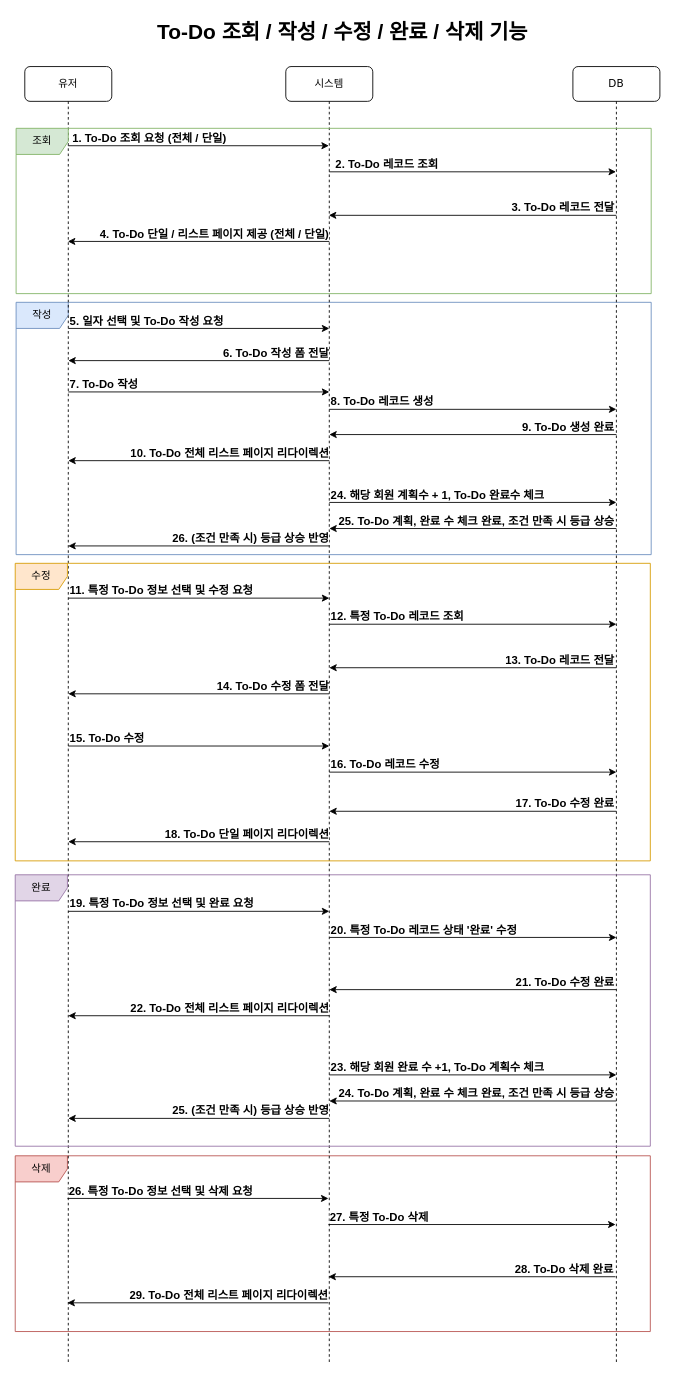
mrcocoball/To-Dolist keeps this draw.io diagram as documents/sequence-diagram-todo.drawio. Above is the earlier version. Source tidied: cells renumbered, new cells numbered last; positions are measured from the earlier drawing's top-left corner, leaving out a move shared by most shapes. Both pictures are drawn from the tidied source at 87%, with x=0, y=0 at pixel (15, 15).
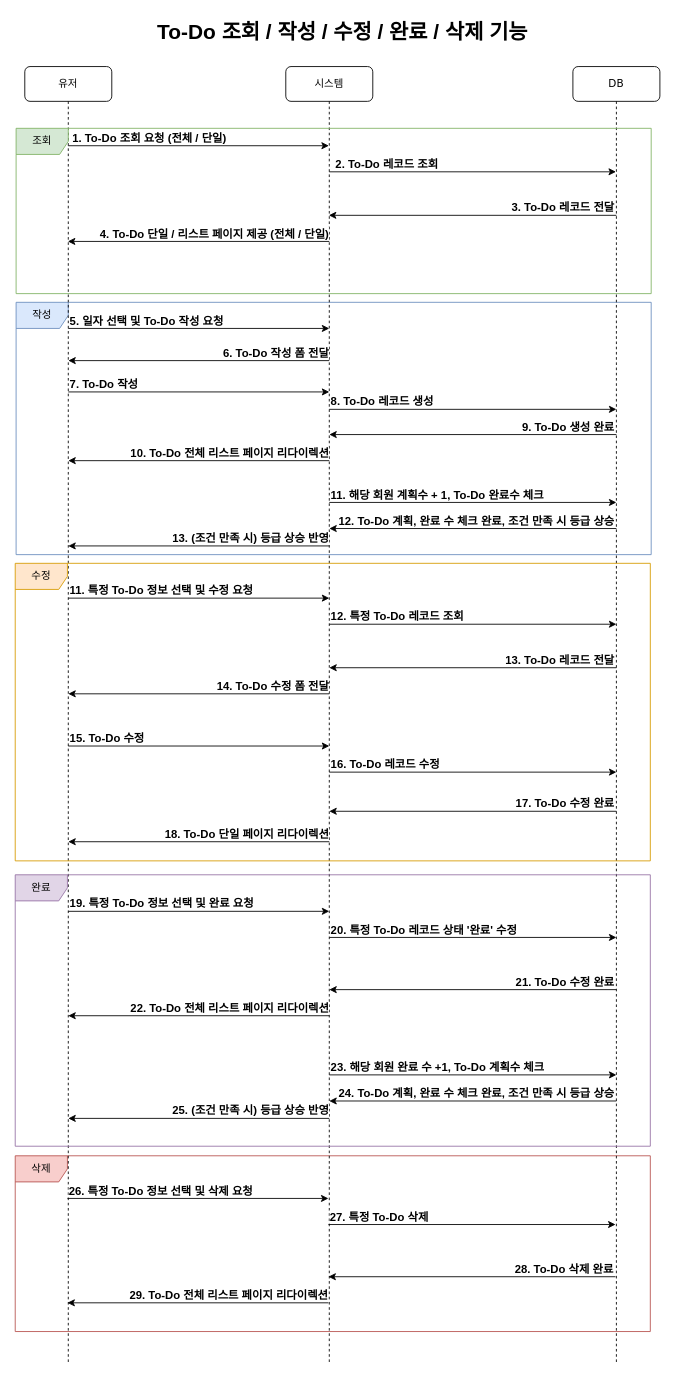
The same page after the edit.

Commit message:
#42 - sequence-diagram-todo 수정

What changed in the source:
```diff
@@
-    <mxCell id="70" value="24. 해당 회원 계획수 + 1, To-Do 완료수 체크" style="edgeLabel;html=1;align=left;verticalAlign=middle;fontSize=13;fontStyle=1;" parent="1" vertex="1">
+    <mxCell id="70" value="11. 해당 회원 계획수 + 1, To-Do 완료수 체크" style="edgeLabel;html=1;align=left;verticalAlign=middle;fontSize=13;fontStyle=1;" parent="1" vertex="1">
       <mxGeometry x="361" y="550" as="geometry" />
     </mxCell>
@@
-    <mxCell id="72" value="25. To-Do 계획, 완료 수 체크 완료, 조건 만족 시 등급 상승" style="edgeLabel;html=1;align=right;verticalAlign=middle;fontSize=13;fontStyle=1;" parent="1" vertex="1">
+    <mxCell id="72" value="12. To-Do 계획, 완료 수 체크 완료, 조건 만족 시 등급 상승" style="edgeLabel;html=1;align=right;verticalAlign=middle;fontSize=13;fontStyle=1;" parent="1" vertex="1">
       <mxGeometry x="689" y="580" as="geometry" />
     </mxCell>
@@
-    <mxCell id="74" value="26. (조건 만족 시) 등급 상승 반영" style="edgeLabel;html=1;align=right;verticalAlign=middle;fontSize=13;fontStyle=1;" parent="1" vertex="1">
+    <mxCell id="74" value="13. (조건 만족 시) 등급 상승 반영" style="edgeLabel;html=1;align=right;verticalAlign=middle;fontSize=13;fontStyle=1;" parent="1" vertex="1">
       <mxGeometry x="361" y="600" as="geometry" />
     </mxCell>
```
